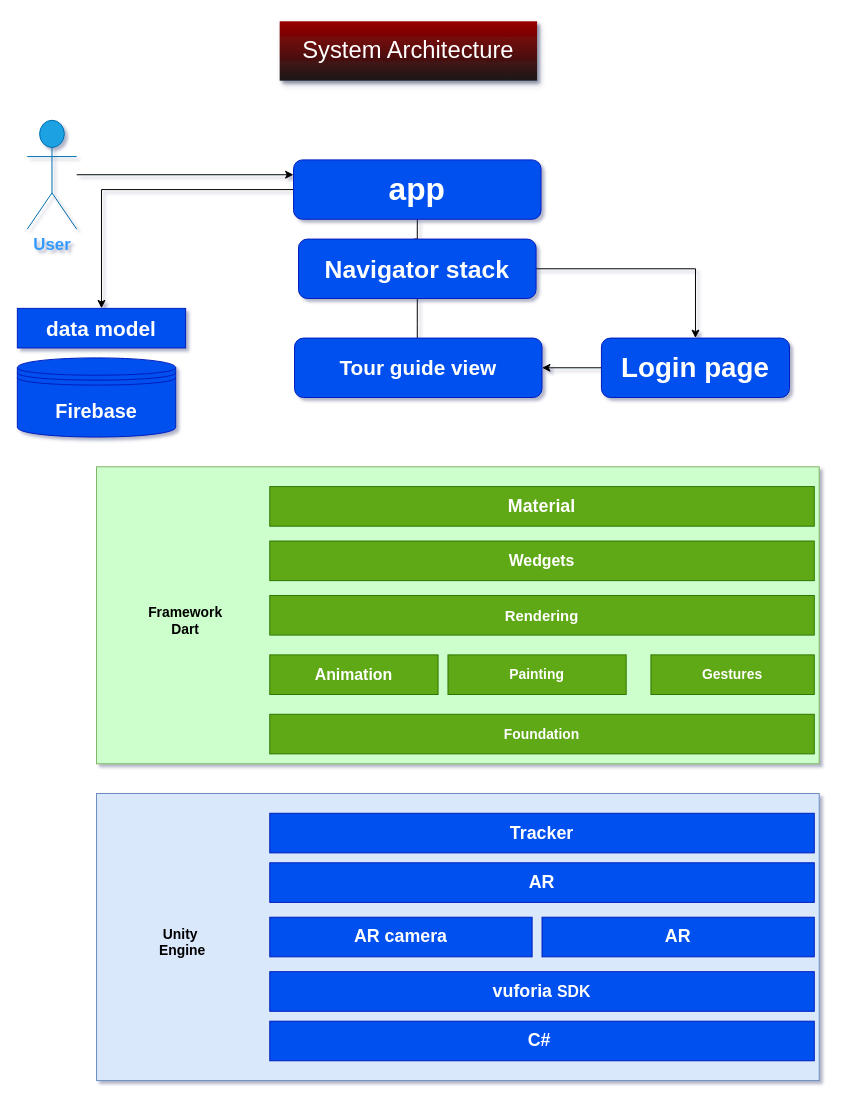
Earlier version of the draw.io diagram page "Page-1" (1 of 2) of images/Untitled Diagram.drawio (7hudz/hello-world). Source tidied: cells renumbered, new cells numbered last; positions are measured from the earlier drawing's top-left corner, leaving out a move shared by most shapes. Both pictures are drawn from the tidied source at 99%, with x=0, y=0 at pixel (17, 21).
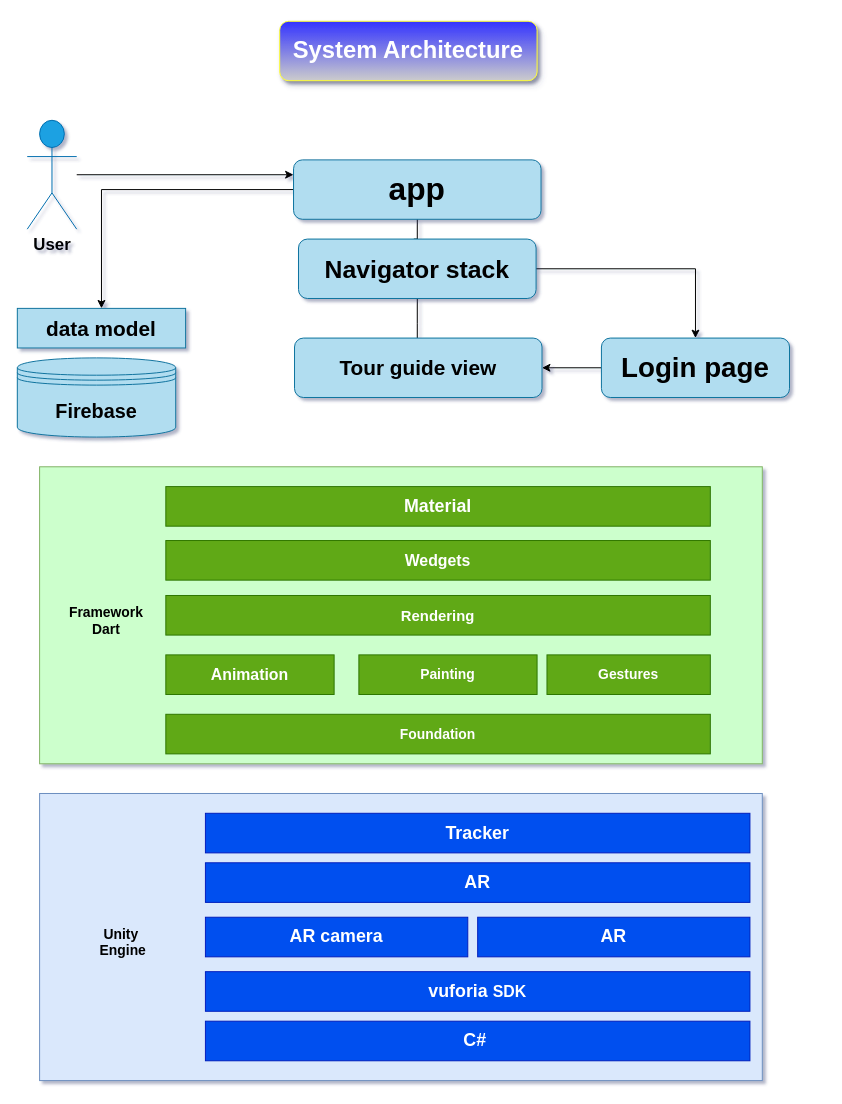
After the change.

Change to the diagram source:
```diff
@@
-    <mxCell id="4" value="&lt;font size=&quot;1&quot; color=&quot;#3399ff&quot;&gt;&lt;b style=&quot;font-size: 17px&quot;&gt;User&lt;/b&gt;&lt;/font&gt;" style="shape=umlActor;verticalLabelPosition=bottom;verticalAlign=top;html=1;outlineConnect=0;fillColor=#1ba1e2;strokeColor=#006EAF;fontColor=#ffffff;" parent="1" vertex="1">
+    <mxCell id="4" value="&lt;font size=&quot;1&quot; color=&quot;#000000&quot;&gt;&lt;b style=&quot;font-size: 17px&quot;&gt;User&lt;/b&gt;&lt;/font&gt;" style="shape=umlActor;verticalLabelPosition=bottom;verticalAlign=top;html=1;outlineConnect=0;fillColor=#1ba1e2;strokeColor=#006EAF;fontColor=#ffffff;" parent="1" vertex="1">
       <mxGeometry x="10" y="100" width="50" height="110" as="geometry" />
     </mxCell>
-    <mxCell id="5" value="&lt;font style=&quot;font-size: 24px&quot;&gt;System Architecture&lt;/font&gt;" style="text;html=1;align=center;verticalAlign=middle;whiteSpace=wrap;rounded=0;fontColor=#ffffff;fillColor=#990000;shadow=1;glass=0;sketch=0;gradientColor=#1A1A1A;gradientDirection=south;" parent="1" vertex="1">
+    <mxCell id="5" value="&lt;font style=&quot;font-size: 24px&quot;&gt;&lt;b&gt;System Architecture&lt;/b&gt;&lt;/font&gt;" style="text;html=1;align=center;verticalAlign=middle;whiteSpace=wrap;rounded=1;fontColor=#ffffff;shadow=1;glass=0;sketch=0;gradientDirection=south;strokeColor=#FFFF33;gradientColor=#CCCCCC;fillColor=#3333FF;fillStyle=solid;" parent="1" vertex="1">
       <mxGeometry x="265" width="260" height="60" as="geometry" />
     </mxCell>
     <mxCell id="6" style="whiteSpace=wrap;html=1;rounded=0;shadow=0;glass=0;sketch=0;strokeColor=#82b366;fillColor=#CCFFCC;" parent="1" vertex="1">
-      <mxGeometry x="80" y="450" width="730" height="300" as="geometry" />
+      <mxGeometry x="22.5" y="450" width="730" height="300" as="geometry" />
     </mxCell>
     <mxCell id="7" value="&lt;font size=&quot;1&quot;&gt;&lt;b style=&quot;font-size: 18px&quot;&gt;Material&lt;/b&gt;&lt;/font&gt;" style="rounded=0;whiteSpace=wrap;html=1;shadow=0;glass=0;sketch=0;fillColor=#60a917;strokeColor=#2D7600;fontColor=#ffffff;" parent="1" vertex="1">
-      <mxGeometry x="255" y="470" width="550" height="40" as="geometry" />
+      <mxGeometry x="150" y="470" width="550" height="40" as="geometry" />
     </mxCell>
     <mxCell id="8" value="&lt;font color=&quot;#000000&quot; style=&quot;font-size: 14px&quot;&gt;&lt;b&gt;Framework&lt;br&gt;Dart&lt;/b&gt;&lt;/font&gt;" style="text;html=1;strokeColor=none;fillColor=none;align=center;verticalAlign=middle;whiteSpace=wrap;rounded=0;shadow=1;glass=0;sketch=0;fontColor=#3399FF;" parent="1" vertex="1">
-      <mxGeometry x="120" y="590" width="100" height="30" as="geometry" />
+      <mxGeometry x="40" y="590" width="100" height="30" as="geometry" />
     </mxCell>
     <mxCell id="9" value="&lt;span style=&quot;font-size: 16px&quot;&gt;&lt;b&gt;Wedgets&lt;/b&gt;&lt;/span&gt;" style="rounded=0;whiteSpace=wrap;html=1;shadow=0;glass=0;sketch=0;strokeColor=#2D7600;fillColor=#60a917;fontColor=#ffffff;" parent="1" vertex="1">
-      <mxGeometry x="255" y="525" width="550" height="40" as="geometry" />
+      <mxGeometry x="150" y="524.5" width="550" height="40" as="geometry" />
     </mxCell>
     <mxCell id="10" value="&lt;b&gt;&lt;font style=&quot;font-size: 15px&quot;&gt;Rendering&lt;/font&gt;&lt;/b&gt;" style="rounded=0;whiteSpace=wrap;html=1;shadow=0;glass=0;sketch=0;strokeColor=#2D7600;fillColor=#60a917;fontColor=#ffffff;" parent="1" vertex="1">
-      <mxGeometry x="255" y="580" width="550" height="40" as="geometry" />
+      <mxGeometry x="150" y="580" width="550" height="40" as="geometry" />
     </mxCell>
     <mxCell id="11" value="&lt;font style=&quot;font-size: 16px&quot;&gt;&lt;b&gt;Animation&lt;/b&gt;&lt;/font&gt;" style="rounded=0;whiteSpace=wrap;html=1;shadow=0;glass=0;sketch=0;fillColor=#60a917;strokeColor=#2D7600;fontColor=#ffffff;" parent="1" vertex="1">
-      <mxGeometry x="255" y="640" width="170" height="40" as="geometry" />
+      <mxGeometry x="150" y="640" width="170" height="40" as="geometry" />
     </mxCell>
     <mxCell id="12" value="&lt;b&gt;&lt;font style=&quot;font-size: 14px&quot;&gt;Painting&lt;/font&gt;&lt;/b&gt;" style="rounded=0;whiteSpace=wrap;html=1;shadow=0;glass=0;sketch=0;fillColor=#60a917;strokeColor=#2D7600;fontColor=#ffffff;" parent="1" vertex="1">
-      <mxGeometry x="435" y="640" width="180" height="40" as="geometry" />
+      <mxGeometry x="345" y="640" width="180" height="40" as="geometry" />
     </mxCell>
     <mxCell id="13" value="&lt;b&gt;&lt;font style=&quot;font-size: 14px&quot;&gt;Gestures&lt;/font&gt;&lt;/b&gt;" style="rounded=0;whiteSpace=wrap;html=1;shadow=0;glass=0;sketch=0;fillColor=#60a917;strokeColor=#2D7600;fontColor=#ffffff;" parent="1" vertex="1">
-      <mxGeometry x="640" y="640" width="165" height="40" as="geometry" />
+      <mxGeometry x="535" y="640" width="165" height="40" as="geometry" />
     </mxCell>
     <mxCell id="14" value="&lt;b&gt;&lt;font style=&quot;font-size: 14px&quot;&gt;Foundation&lt;/font&gt;&lt;/b&gt;" style="rounded=0;whiteSpace=wrap;html=1;shadow=0;glass=0;sketch=0;strokeColor=#2D7600;fillColor=#60a917;fontColor=#ffffff;" parent="1" vertex="1">
-      <mxGeometry x="255" y="700" width="550" height="40" as="geometry" />
+      <mxGeometry x="150" y="700" width="550" height="40" as="geometry" />
     </mxCell>
     <mxCell id="15" style="whiteSpace=wrap;html=1;rounded=0;shadow=0;glass=0;sketch=0;strokeColor=#6c8ebf;fillColor=#dae8fc;" parent="1" vertex="1">
-      <mxGeometry x="80" y="780" width="730" height="290" as="geometry" />
+      <mxGeometry x="22.5" y="780" width="730" height="290" as="geometry" />
     </mxCell>
     <mxCell id="16" value="&lt;font size=&quot;1&quot;&gt;&lt;b style=&quot;font-size: 18px&quot;&gt;AR&lt;/b&gt;&lt;/font&gt;" style="rounded=0;whiteSpace=wrap;html=1;shadow=0;glass=0;sketch=0;fillColor=#0050ef;strokeColor=#001DBC;fontColor=#ffffff;" parent="1" vertex="1">
-      <mxGeometry x="255" y="850" width="550" height="40" as="geometry" />
+      <mxGeometry x="190" y="850" width="550" height="40" as="geometry" />
     </mxCell>
     <mxCell id="17" value="&lt;font color=&quot;#000000&quot;&gt;&lt;span style=&quot;font-size: 14px&quot;&gt;&lt;b&gt;Unity&lt;br&gt;&amp;nbsp;Engine&lt;/b&gt;&lt;/span&gt;&lt;/font&gt;" style="text;html=1;strokeColor=none;fillColor=none;align=center;verticalAlign=middle;whiteSpace=wrap;rounded=0;shadow=0;glass=0;sketch=0;fontColor=#3399FF;" parent="1" vertex="1">
-      <mxGeometry x="120" y="915" width="90" height="30" as="geometry" />
+      <mxGeometry x="60" y="915" width="90" height="30" as="geometry" />
     </mxCell>
     <mxCell id="18" value="&lt;b&gt;&lt;span style=&quot;font-size: 18px&quot;&gt;vuforia &lt;/span&gt;&lt;font style=&quot;font-size: 16px&quot;&gt;SDK&lt;/font&gt;&lt;/b&gt;" style="rounded=0;whiteSpace=wrap;html=1;shadow=0;glass=0;sketch=0;fillColor=#0050ef;strokeColor=#001DBC;fontColor=#ffffff;" parent="1" vertex="1">
-      <mxGeometry x="255" y="960" width="550" height="40" as="geometry" />
+      <mxGeometry x="190" y="960" width="550" height="40" as="geometry" />
     </mxCell>
     <mxCell id="19" value="&lt;font size=&quot;1&quot;&gt;&lt;b style=&quot;font-size: 18px&quot;&gt;AR camera&lt;/b&gt;&lt;/font&gt;" style="rounded=0;whiteSpace=wrap;html=1;shadow=0;glass=0;sketch=0;fillColor=#0050ef;strokeColor=#001DBC;fontColor=#ffffff;" parent="1" vertex="1">
-      <mxGeometry x="255" y="905" width="265" height="40" as="geometry" />
+      <mxGeometry x="190" y="905" width="265" height="40" as="geometry" />
     </mxCell>
     <mxCell id="20" value="&lt;font size=&quot;1&quot;&gt;&lt;b style=&quot;font-size: 18px&quot;&gt;AR&lt;/b&gt;&lt;/font&gt;" style="rounded=0;whiteSpace=wrap;html=1;shadow=0;glass=0;sketch=0;fillColor=#0050ef;strokeColor=#001DBC;fontColor=#ffffff;" parent="1" vertex="1">
-      <mxGeometry x="530" y="905" width="275" height="40" as="geometry" />
+      <mxGeometry x="465" y="905" width="275" height="40" as="geometry" />
     </mxCell>
     <mxCell id="21" value="&lt;font size=&quot;1&quot;&gt;&lt;b style=&quot;font-size: 18px&quot;&gt;Tracker&lt;/b&gt;&lt;/font&gt;" style="rounded=0;whiteSpace=wrap;html=1;shadow=0;glass=0;sketch=0;fillColor=#0050ef;strokeColor=#001DBC;fontColor=#ffffff;" parent="1" vertex="1">
-      <mxGeometry x="255" y="800" width="550" height="40" as="geometry" />
+      <mxGeometry x="190" y="800" width="550" height="40" as="geometry" />
     </mxCell>
     <mxCell id="22" value="&lt;span style=&quot;font-size: 18px&quot;&gt;&lt;b&gt;C#&amp;nbsp;&lt;/b&gt;&lt;/span&gt;" style="rounded=0;whiteSpace=wrap;html=1;shadow=0;glass=0;sketch=0;fillColor=#0050ef;strokeColor=#001DBC;fontColor=#ffffff;" parent="1" vertex="1">
-      <mxGeometry x="255" y="1010" width="550" height="40" as="geometry" />
+      <mxGeometry x="190" y="1010" width="550" height="40" as="geometry" />
     </mxCell>
-    <mxCell id="23" value="&lt;b&gt;&lt;font style=&quot;font-size: 20px&quot;&gt;Firebase&lt;/font&gt;&lt;/b&gt;" style="shape=datastore;whiteSpace=wrap;html=1;rounded=0;shadow=0;glass=0;sketch=0;strokeColor=#001DBC;fillColor=#0050ef;fontColor=#ffffff;" parent="1" vertex="1">
+    <mxCell id="23" value="&lt;b&gt;&lt;font style=&quot;font-size: 20px&quot;&gt;Firebase&lt;/font&gt;&lt;/b&gt;" style="shape=datastore;whiteSpace=wrap;html=1;rounded=0;shadow=0;glass=0;sketch=0;strokeColor=#10739e;fillColor=#b1ddf0;" parent="1" vertex="1">
       <mxGeometry y="340" width="160" height="80" as="geometry" />
     </mxCell>
@@
-    <mxCell id="26" value="&lt;font size=&quot;1&quot;&gt;&lt;b style=&quot;font-size: 32px&quot;&gt;app&lt;/b&gt;&lt;/font&gt;" style="rounded=1;whiteSpace=wrap;html=1;shadow=0;glass=0;sketch=0;strokeColor=#001DBC;fillColor=#0050ef;fontColor=#ffffff;" parent="1" vertex="1">
+    <mxCell id="26" value="&lt;font size=&quot;1&quot;&gt;&lt;b style=&quot;font-size: 32px&quot;&gt;app&lt;/b&gt;&lt;/font&gt;" style="rounded=1;whiteSpace=wrap;html=1;shadow=0;glass=0;sketch=0;strokeColor=#10739e;fillColor=#b1ddf0;" parent="1" vertex="1">
       <mxGeometry x="279" y="140" width="250" height="60" as="geometry" />
     </mxCell>
@@
-    <mxCell id="29" value="&lt;span style=&quot;font-size: 25px&quot;&gt;&lt;b&gt;Navigator stack&lt;/b&gt;&lt;/span&gt;" style="rounded=1;whiteSpace=wrap;html=1;shadow=0;glass=0;sketch=0;strokeColor=#001DBC;fillColor=#0050ef;fontColor=#ffffff;" parent="1" vertex="1">
+    <mxCell id="29" value="&lt;span style=&quot;font-size: 25px&quot;&gt;&lt;b&gt;Navigator stack&lt;/b&gt;&lt;/span&gt;" style="rounded=1;whiteSpace=wrap;html=1;shadow=0;glass=0;sketch=0;strokeColor=#10739e;fillColor=#b1ddf0;" parent="1" vertex="1">
       <mxGeometry x="284" y="220" width="240" height="60" as="geometry" />
     </mxCell>
@@
-    <mxCell id="31" value="&lt;font style=&quot;font-size: 28px&quot;&gt;&lt;b&gt;Login page&lt;/b&gt;&lt;/font&gt;" style="rounded=1;whiteSpace=wrap;html=1;shadow=0;glass=0;sketch=0;strokeColor=#001DBC;fillColor=#0050ef;fontColor=#ffffff;" parent="1" vertex="1">
+    <mxCell id="31" value="&lt;font style=&quot;font-size: 28px&quot;&gt;&lt;b&gt;Login page&lt;/b&gt;&lt;/font&gt;" style="rounded=1;whiteSpace=wrap;html=1;shadow=0;glass=0;sketch=0;strokeColor=#10739e;fillColor=#b1ddf0;" parent="1" vertex="1">
       <mxGeometry x="590" y="320" width="190" height="60" as="geometry" />
     </mxCell>
-    <mxCell id="32" value="&lt;font style=&quot;font-size: 21px&quot; color=&quot;#ffffff&quot;&gt;&lt;b&gt;data model&lt;/b&gt;&lt;/font&gt;" style="text;html=1;strokeColor=#001DBC;align=center;verticalAlign=middle;whiteSpace=wrap;rounded=0;shadow=0;glass=0;sketch=0;fontColor=#ffffff;fillColor=#0050ef;" parent="1" vertex="1">
+    <mxCell id="32" value="&lt;font style=&quot;font-size: 21px&quot;&gt;&lt;b&gt;data model&lt;/b&gt;&lt;/font&gt;" style="text;html=1;strokeColor=#10739e;align=center;verticalAlign=middle;whiteSpace=wrap;rounded=0;shadow=0;glass=0;sketch=0;fillColor=#b1ddf0;" parent="1" vertex="1">
       <mxGeometry y="290" width="170" height="40" as="geometry" />
     </mxCell>
-    <mxCell id="33" value="&lt;b&gt;&lt;font style=&quot;font-size: 21px&quot;&gt;Tour guide view&lt;/font&gt;&lt;/b&gt;" style="rounded=1;whiteSpace=wrap;html=1;shadow=0;glass=0;sketch=0;strokeColor=#001DBC;fillColor=#0050ef;fontColor=#ffffff;" parent="1" vertex="1">
+    <mxCell id="33" value="&lt;b&gt;&lt;font style=&quot;font-size: 21px&quot;&gt;Tour guide view&lt;/font&gt;&lt;/b&gt;" style="rounded=1;whiteSpace=wrap;html=1;shadow=0;glass=0;sketch=0;strokeColor=#10739e;fillColor=#b1ddf0;" parent="1" vertex="1">
       <mxGeometry x="280" y="320" width="250" height="60" as="geometry" />
     </mxCell>
```
